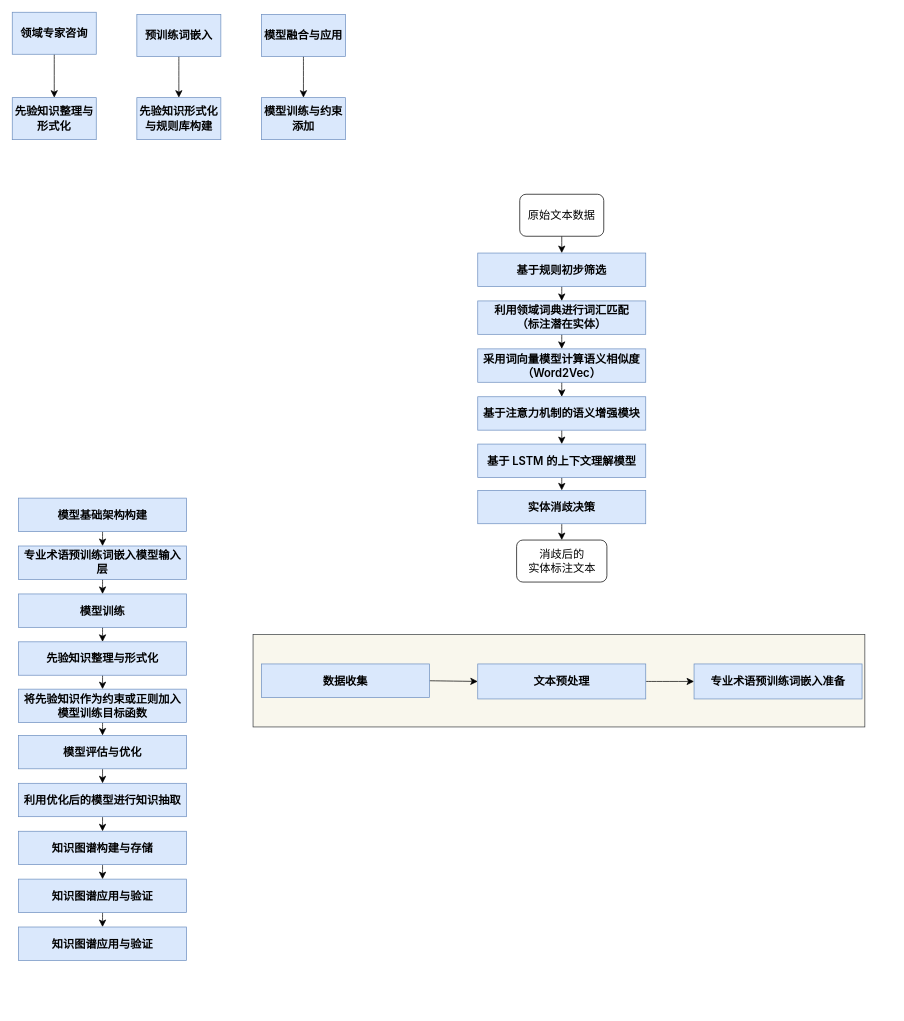
nexttime8/proj1_230926 keeps this draw.io diagram as page "技术方案" (2 of 2) of 未命名绘图.drawio. Above is the earlier version. Source tidied: cells renumbered, new cells numbered last; positions are measured from the earlier drawing's top-left corner, leaving out a move shared by most shapes. Both pictures are drawn from the tidied source at 70%, with x=0, y=0 at pixel (12, 12).
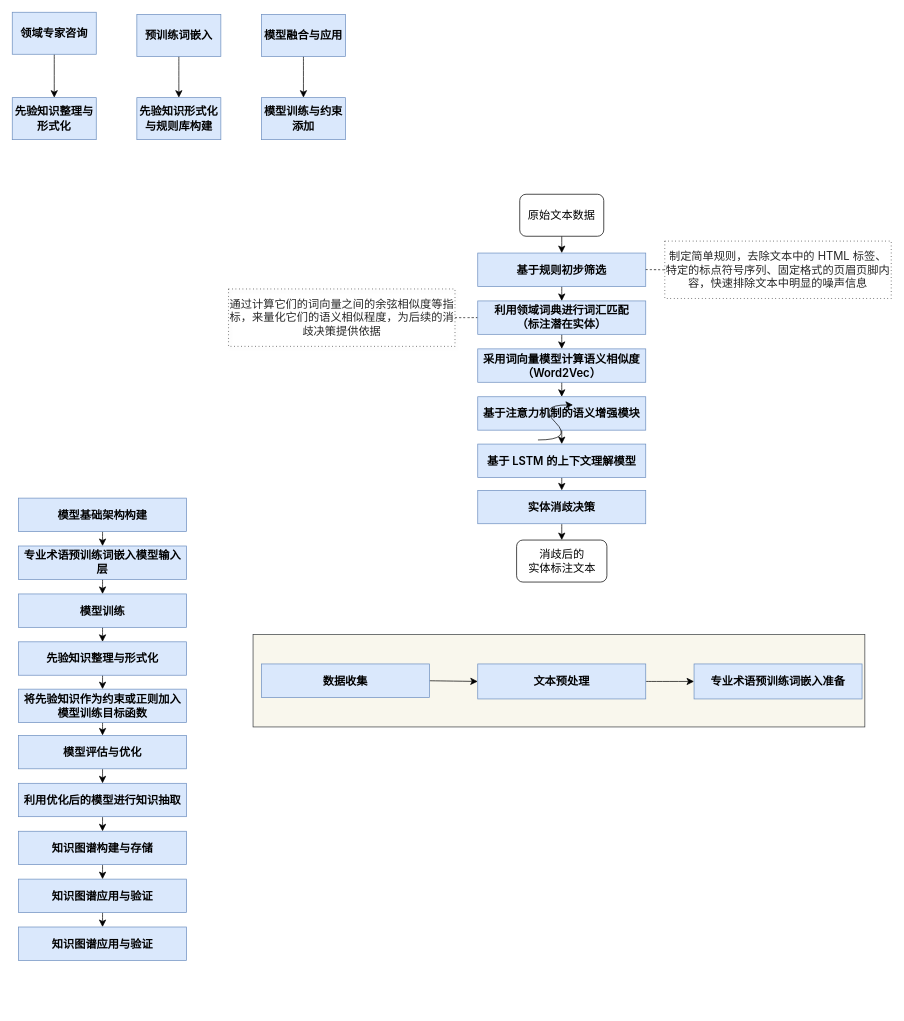
Above is the later version.

Commit message (it also covers changes not shown here):
更新未命名绘图.drawio

Unchanged cells that the change refers to:
```xml
<mxCell id="35" value="&lt;span style=&quot;-webkit-font-smoothing: antialiased; box-sizing: border-box; -webkit-tap-highlight-color: rgba(0, 0, 0, 0); --desktop-home-page-background-color: light-dark(#f4f4f4, #1b1b1b); --desktop-home-card-background-color: light-dark(#fdfdfd, #141414); --desktop-home-card-background-color-hover: light-dark(#fff, #000000); --desktop-home-popup-background-color: light-dark(#f6f5f5, #1a1a1a); font-weight: 600; color: initial; font-size: 16px; line-height: var(--md-box-samantha-normal-text-line-height); overflow-anchor: auto; font-family: Inter, -apple-system, BlinkMacSystemFont, &amp;quot;Segoe UI&amp;quot;, &amp;quot;SF Pro SC&amp;quot;, &amp;quot;SF Pro Display&amp;quot;, &amp;quot;SF Pro Icons&amp;quot;, &amp;quot;PingFang SC&amp;quot;, &amp;quot;Hiragino Sans GB&amp;quot;, &amp;quot;Microsoft YaHei&amp;quot;, &amp;quot;Helvetica Neue&amp;quot;, Helvetica, Arial, sans-serif; text-align: left;&quot;&gt;利用领域词典进行词汇匹配&lt;/span&gt;&lt;div&gt;&lt;span style=&quot;-webkit-font-smoothing: antialiased; box-sizing: border-box; -webkit-tap-highlight-color: rgba(0, 0, 0, 0); --desktop-home-page-background-color: light-dark(#f4f4f4, #1b1b1b); --desktop-home-card-background-color: light-dark(#fdfdfd, #141414); --desktop-home-card-background-color-hover: light-dark(#fff, #000000); --desktop-home-popup-background-color: light-dark(#f6f5f5, #1a1a1a); font-weight: 600; color: initial; font-size: 16px; line-height: var(--md-box-samantha-normal-text-line-height); overflow-anchor: auto; font-family: Inter, -apple-system, BlinkMacSystemFont, &amp;quot;Segoe UI&amp;quot;, &amp;quot;SF Pro SC&amp;quot;, &amp;quot;SF Pro Display&amp;quot;, &amp;quot;SF Pro Icons&amp;quot;, &amp;quot;PingFang SC&amp;quot;, &amp;quot;Hiragino Sans GB&amp;quot;, &amp;quot;Microsoft YaHei&amp;quot;, &amp;quot;Helvetica Neue&amp;quot;, Helvetica, Arial, sans-serif; text-align: left;&quot;&gt;（标注潜在实体）&lt;/span&gt;&lt;/div&gt;" style="rounded=0;whiteSpace=wrap;html=1;fillColor=#dae8fc;strokeColor=#6c8ebf;" parent="1" vertex="1">
  <mxGeometry x="665" y="412.4" width="240" height="47.7" as="geometry" />
</mxCell>
```

Change to the diagram source:
```diff
@@
+    <mxCell id="52" style="edgeStyle=none;curved=1;rounded=0;jettySize=auto;html=1;exitX=0;exitY=0.5;exitDx=0;exitDy=0;entryX=1;entryY=0.5;entryDx=0;entryDy=0;fontSize=12;startSize=8;endSize=8;dashed=1;endArrow=none;endFill=0;" parent="1" edge="1" source="35" target="53">
+      <mxGeometry relative="1" as="geometry" />
+    </mxCell>
@@
+    <mxCell id="53" value="&lt;span style=&quot;color: rgba(0, 0, 0, 0.85); font-family: Inter, -apple-system, BlinkMacSystemFont, &amp;quot;Segoe UI&amp;quot;, &amp;quot;SF Pro SC&amp;quot;, &amp;quot;SF Pro Display&amp;quot;, &amp;quot;SF Pro Icons&amp;quot;, &amp;quot;PingFang SC&amp;quot;, &amp;quot;Hiragino Sans GB&amp;quot;, &amp;quot;Microsoft YaHei&amp;quot;, &amp;quot;Helvetica Neue&amp;quot;, Helvetica, Arial, sans-serif; text-align: left;&quot;&gt;通过计算它们的词向量之间的余弦相似度等指标，来量化它们的语义相似程度，为后续的消歧决策提供依据&lt;/span&gt;" style="text;html=1;align=center;verticalAlign=middle;whiteSpace=wrap;rounded=0;fontSize=16;strokeColor=default;dashed=1;dashPattern=1 4;shadow=1;" parent="1" vertex="1">
+      <mxGeometry x="309" y="395.3" width="323.5" height="82" as="geometry" />
+    </mxCell>
+    <mxCell id="54" style="curved=1;endArrow=classic;html=1;rounded=0;fontSize=12;startSize=8;endSize=8;" parent="1" edge="1">
+      <mxGeometry relative="1" as="geometry">
+        <mxPoint x="751" y="611" as="sourcePoint" />
+        <mxPoint x="801" y="561" as="targetPoint" />
+        <Array as="points">
+          <mxPoint x="801" y="611" />
+          <mxPoint x="751" y="561" />
+        </Array>
+      </mxGeometry>
+    </mxCell>
+    <mxCell id="55" style="edgeStyle=none;curved=1;rounded=0;jettySize=auto;html=1;exitX=1;exitY=0.5;exitDx=0;exitDy=0;entryX=0;entryY=0.5;entryDx=0;entryDy=0;fontSize=12;startSize=8;endSize=8;dashed=1;endArrow=none;endFill=0;" parent="1" edge="1" target="56">
+      <mxGeometry relative="1" as="geometry">
+        <mxPoint x="905" y="367.6" as="sourcePoint" />
+      </mxGeometry>
+    </mxCell>
+    <mxCell id="56" value="&lt;span style=&quot;color: rgba(0, 0, 0, 0.85); font-family: Inter, -apple-system, BlinkMacSystemFont, &amp;quot;Segoe UI&amp;quot;, &amp;quot;SF Pro SC&amp;quot;, &amp;quot;SF Pro Display&amp;quot;, &amp;quot;SF Pro Icons&amp;quot;, &amp;quot;PingFang SC&amp;quot;, &amp;quot;Hiragino Sans GB&amp;quot;, &amp;quot;Microsoft YaHei&amp;quot;, &amp;quot;Helvetica Neue&amp;quot;, Helvetica, Arial, sans-serif; text-align: left;&quot;&gt;制定简单规则，&lt;/span&gt;&lt;span style=&quot;color: rgba(0, 0, 0, 0.85); font-family: Inter, -apple-system, BlinkMacSystemFont, &amp;quot;Segoe UI&amp;quot;, &amp;quot;SF Pro SC&amp;quot;, &amp;quot;SF Pro Display&amp;quot;, &amp;quot;SF Pro Icons&amp;quot;, &amp;quot;PingFang SC&amp;quot;, &amp;quot;Hiragino Sans GB&amp;quot;, &amp;quot;Microsoft YaHei&amp;quot;, &amp;quot;Helvetica Neue&amp;quot;, Helvetica, Arial, sans-serif; text-align: left;&quot;&gt;去除文本中的 HTML 标签、特定的标点符号序列、固定格式的页眉页脚内容，快速排除&lt;/span&gt;&lt;span style=&quot;color: rgba(0, 0, 0, 0.85); font-family: Inter, -apple-system, BlinkMacSystemFont, &amp;quot;Segoe UI&amp;quot;, &amp;quot;SF Pro SC&amp;quot;, &amp;quot;SF Pro Display&amp;quot;, &amp;quot;SF Pro Icons&amp;quot;, &amp;quot;PingFang SC&amp;quot;, &amp;quot;Hiragino Sans GB&amp;quot;, &amp;quot;Microsoft YaHei&amp;quot;, &amp;quot;Helvetica Neue&amp;quot;, Helvetica, Arial, sans-serif; text-align: left;&quot;&gt;文本中明显的噪声信息&lt;/span&gt;" style="text;html=1;align=center;verticalAlign=middle;whiteSpace=wrap;rounded=0;fontSize=16;strokeColor=default;dashed=1;dashPattern=1 4;shadow=0;" parent="1" vertex="1">
+      <mxGeometry x="932.2" y="326.9" width="323.5" height="82" as="geometry" />
+    </mxCell>
```
